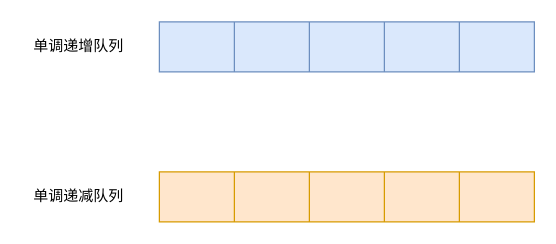
Before: algorithm/单调队列.drawio in erlieStar/diagrams, a draw.io diagram. Source tidied: cells renumbered, new cells numbered last; positions are measured from the earlier drawing's top-left corner, leaving out a move shared by most shapes. Both pictures are drawn from the tidied source at 125%, with x=0, y=0 at pixel (21, 21).
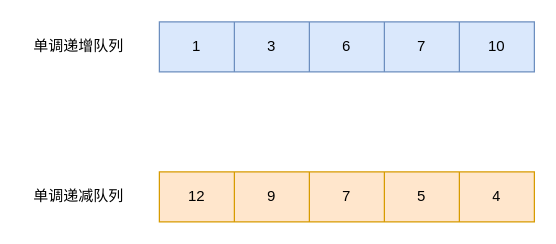
After the change.

The edit, as a diff of the source:
```diff
@@
 <mxGraphModel>
   <root>
     <mxCell id="0" />
     <mxCell id="1" parent="0" />
     <mxCell id="2" style="shape=table;html=1;whiteSpace=wrap;startSize=0;childLayout=tableLayout;fillColor=#ffe6cc;strokeColor=#d79b00;" parent="1" vertex="1">
       <mxGeometry x="110" y="120" width="300" height="40" as="geometry" />
     </mxCell>
     <mxCell id="3" style="shape=partialRectangle;html=1;whiteSpace=wrap;fillColor=none;top=0;left=0;bottom=0;right=0;" parent="2" vertex="1">
       <mxGeometry width="300" height="40" as="geometry" />
     </mxCell>
-    <mxCell id="4" style="shape=partialRectangle;html=1;whiteSpace=wrap;fillColor=none;top=0;left=0;bottom=0;right=0;overflow=hidden;" parent="3" vertex="1">
+    <mxCell id="4" value="12" style="shape=partialRectangle;html=1;whiteSpace=wrap;fillColor=none;top=0;left=0;bottom=0;right=0;overflow=hidden;" parent="3" vertex="1">
       <mxGeometry width="60" height="40" as="geometry" />
     </mxCell>
-    <mxCell id="5" style="shape=partialRectangle;html=1;whiteSpace=wrap;fillColor=none;top=0;left=0;bottom=0;right=0;overflow=hidden;" parent="3" vertex="1">
+    <mxCell id="5" value="9" style="shape=partialRectangle;html=1;whiteSpace=wrap;fillColor=none;top=0;left=0;bottom=0;right=0;overflow=hidden;" parent="3" vertex="1">
       <mxGeometry x="60" width="60" height="40" as="geometry" />
     </mxCell>
-    <mxCell id="6" style="shape=partialRectangle;html=1;whiteSpace=wrap;fillColor=none;top=0;left=0;bottom=0;right=0;overflow=hidden;" parent="3" vertex="1">
+    <mxCell id="6" value="7" style="shape=partialRectangle;html=1;whiteSpace=wrap;fillColor=none;top=0;left=0;bottom=0;right=0;overflow=hidden;" parent="3" vertex="1">
       <mxGeometry x="120" width="60" height="40" as="geometry" />
     </mxCell>
-    <mxCell id="7" style="shape=partialRectangle;html=1;whiteSpace=wrap;fillColor=none;top=0;left=0;bottom=0;right=0;overflow=hidden;" parent="3" vertex="1">
+    <mxCell id="7" value="5" style="shape=partialRectangle;html=1;whiteSpace=wrap;fillColor=none;top=0;left=0;bottom=0;right=0;overflow=hidden;" parent="3" vertex="1">
       <mxGeometry x="180" width="60" height="40" as="geometry" />
     </mxCell>
-    <mxCell id="8" style="shape=partialRectangle;html=1;whiteSpace=wrap;fillColor=none;top=0;left=0;bottom=0;right=0;overflow=hidden;" parent="3" vertex="1">
+    <mxCell id="8" value="4" style="shape=partialRectangle;html=1;whiteSpace=wrap;fillColor=none;top=0;left=0;bottom=0;right=0;overflow=hidden;" parent="3" vertex="1">
       <mxGeometry x="240" width="60" height="40" as="geometry" />
     </mxCell>
     <mxCell id="9" value="单调递增队列" style="text;html=1;align=center;verticalAlign=middle;strokeColor=none;" parent="1" vertex="1">
       <mxGeometry y="10" width="90" height="20" as="geometry" />
     </mxCell>
     <mxCell id="10" value="单调递减队列" style="text;html=1;align=center;verticalAlign=middle;strokeColor=none;" parent="1" vertex="1">
       <mxGeometry y="130" width="90" height="20" as="geometry" />
     </mxCell>
     <mxCell id="11" style="shape=table;html=1;whiteSpace=wrap;startSize=0;childLayout=tableLayout;fillColor=#dae8fc;strokeColor=#6c8ebf;" parent="1" vertex="1">
       <mxGeometry x="110" width="300" height="40" as="geometry" />
     </mxCell>
     <mxCell id="12" style="shape=partialRectangle;html=1;whiteSpace=wrap;fillColor=none;top=0;left=0;bottom=0;right=0;" parent="11" vertex="1">
       <mxGeometry width="300" height="40" as="geometry" />
     </mxCell>
-    <mxCell id="13" style="shape=partialRectangle;html=1;whiteSpace=wrap;fillColor=none;top=0;left=0;bottom=0;right=0;overflow=hidden;" parent="12" vertex="1">
+    <mxCell id="13" value="1" style="shape=partialRectangle;html=1;whiteSpace=wrap;fillColor=none;top=0;left=0;bottom=0;right=0;overflow=hidden;" parent="12" vertex="1">
       <mxGeometry width="60" height="40" as="geometry" />
     </mxCell>
-    <mxCell id="14" style="shape=partialRectangle;html=1;whiteSpace=wrap;fillColor=none;top=0;left=0;bottom=0;right=0;overflow=hidden;" parent="12" vertex="1">
+    <mxCell id="14" value="3" style="shape=partialRectangle;html=1;whiteSpace=wrap;fillColor=none;top=0;left=0;bottom=0;right=0;overflow=hidden;" parent="12" vertex="1">
       <mxGeometry x="60" width="60" height="40" as="geometry" />
     </mxCell>
-    <mxCell id="15" style="shape=partialRectangle;html=1;whiteSpace=wrap;fillColor=none;top=0;left=0;bottom=0;right=0;overflow=hidden;" parent="12" vertex="1">
+    <mxCell id="15" value="6" style="shape=partialRectangle;html=1;whiteSpace=wrap;fillColor=none;top=0;left=0;bottom=0;right=0;overflow=hidden;" parent="12" vertex="1">
       <mxGeometry x="120" width="60" height="40" as="geometry" />
     </mxCell>
-    <mxCell id="16" style="shape=partialRectangle;html=1;whiteSpace=wrap;fillColor=none;top=0;left=0;bottom=0;right=0;overflow=hidden;" parent="12" vertex="1">
+    <mxCell id="16" value="7" style="shape=partialRectangle;html=1;whiteSpace=wrap;fillColor=none;top=0;left=0;bottom=0;right=0;overflow=hidden;" parent="12" vertex="1">
       <mxGeometry x="180" width="60" height="40" as="geometry" />
     </mxCell>
-    <mxCell id="17" style="shape=partialRectangle;html=1;whiteSpace=wrap;fillColor=none;top=0;left=0;bottom=0;right=0;overflow=hidden;" parent="12" vertex="1">
+    <mxCell id="17" value="10" style="shape=partialRectangle;html=1;whiteSpace=wrap;fillColor=none;top=0;left=0;bottom=0;right=0;overflow=hidden;" parent="12" vertex="1">
       <mxGeometry x="240" width="60" height="40" as="geometry" />
     </mxCell>
   </root>
 </mxGraphModel>
```
